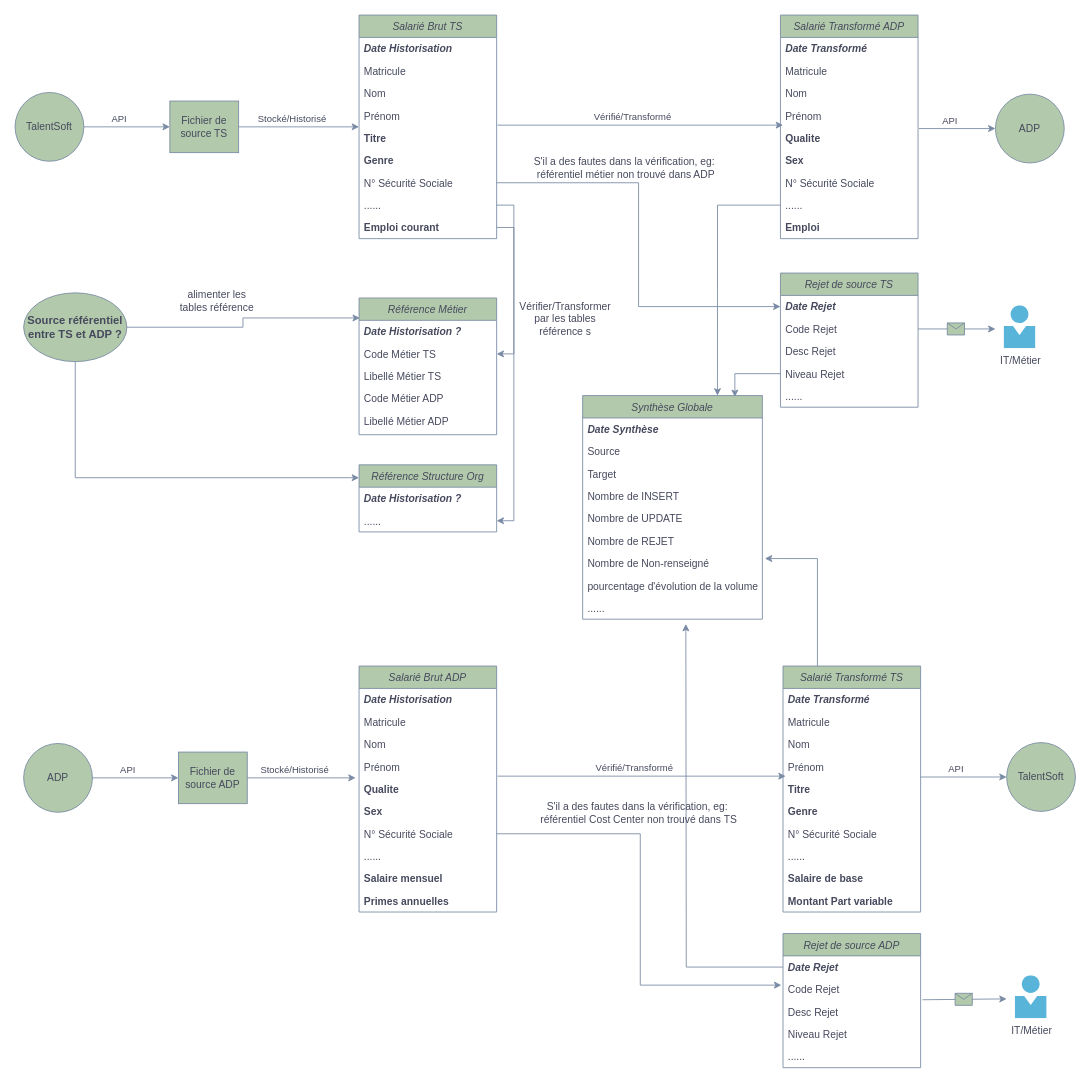
This is Schema Interface SIRH.drawio from YLIUSBI/Motul-Interface-SIRH, a draw.io file, before an edit. Source tidied: cells renumbered, new cells numbered last; positions are measured from the earlier drawing's top-left corner, leaving out a move shared by most shapes. Both pictures are drawn from the tidied source at 86%, with x=0, y=0 at pixel (15, 15).
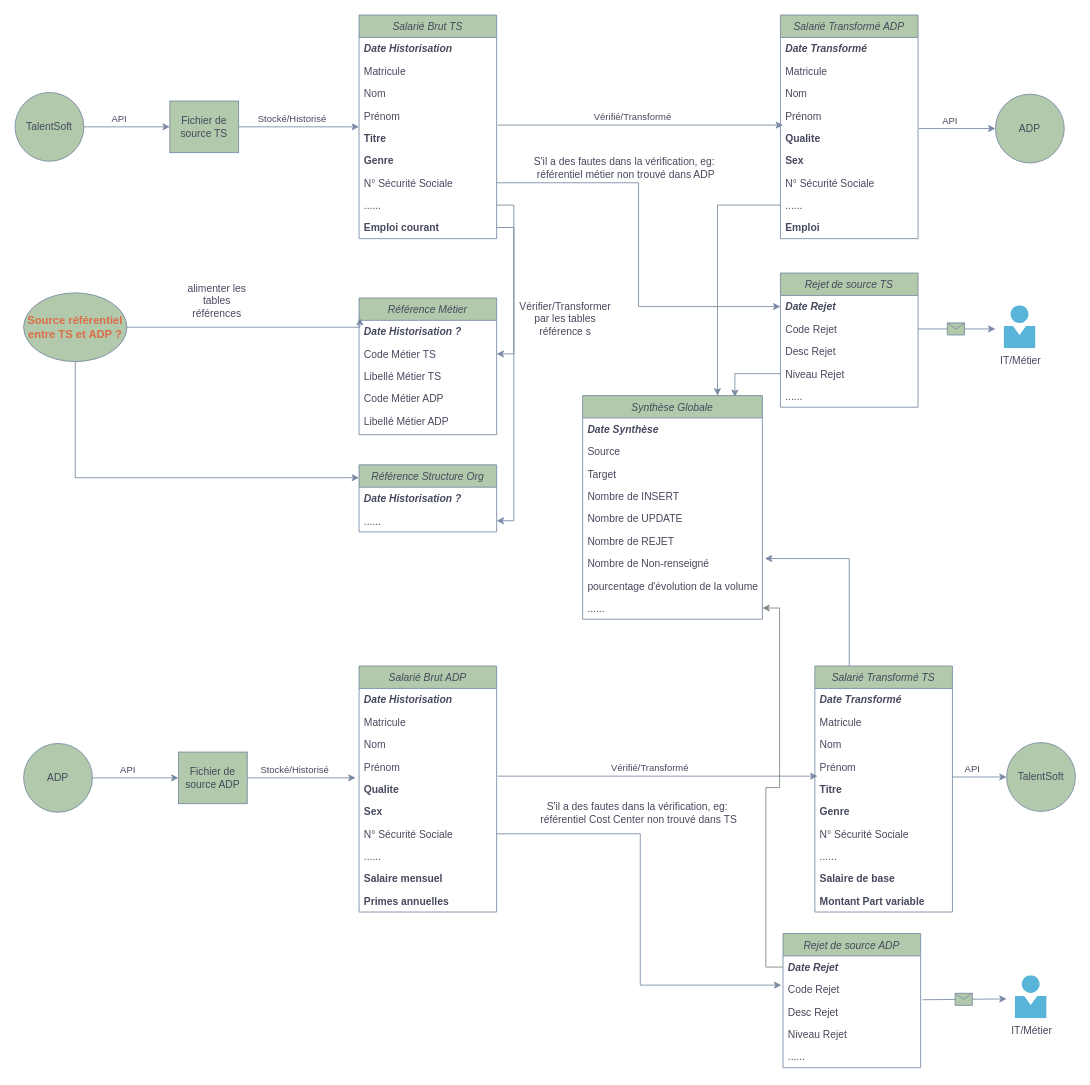
The same diagram, later.

Commit message (it also covers changes not shown here):
Mettre à jour Schema Interface SIRH.drawio

Unchanged cells that the change refers to:
```xml
<mxCell id="15" value="Référence Métier" style="swimlane;fontStyle=2;align=center;verticalAlign=top;horizontal=1;startSize=26;rounded=0;shadow=0;strokeWidth=1;labelBackgroundColor=none;fillColor=#B2C9AB;strokeColor=#788AA3;fontColor=#46495D;" parent="1" vertex="1">
  <mxGeometry x="400" y="329" width="160" height="159" as="geometry" />
</mxCell>
<mxCell id="83" value="Rejet de source ADP" style="swimlane;fontStyle=2;align=center;verticalAlign=top;horizontal=1;startSize=26;rounded=0;shadow=0;strokeWidth=1;labelBackgroundColor=none;fillColor=#B2C9AB;strokeColor=#788AA3;fontColor=#46495D;" parent="1" vertex="1">
  <mxGeometry x="893" y="1068" width="160" height="156" as="geometry" />
</mxCell>
<mxCell id="85" value="Date Rejet" style="text;align=left;verticalAlign=top;spacingLeft=4;spacingRight=4;overflow=hidden;points=[[0,0.5],[1,0.5]];portConstraint=eastwest;fontStyle=3;labelBackgroundColor=none;fontColor=#46495D;" parent="83" vertex="1">
  <mxGeometry y="26" width="160" height="26" as="geometry" />
</mxCell>
<mxCell id="107" value="......" style="text;align=left;verticalAlign=top;spacingLeft=4;spacingRight=4;overflow=hidden;points=[[0,0.5],[1,0.5]];portConstraint=eastwest;labelBackgroundColor=none;fontColor=#46495D;" parent="98" vertex="1">
  <mxGeometry y="234" width="209" height="26" as="geometry" />
</mxCell>
```

Diff of the diagram source:
```diff
@@
     <mxCell id="67" value="Salarié Transformé TS" style="swimlane;fontStyle=2;align=center;verticalAlign=top;horizontal=1;startSize=26;rounded=0;shadow=0;strokeWidth=1;labelBackgroundColor=none;fillColor=#B2C9AB;strokeColor=#788AA3;fontColor=#46495D;" parent="1" vertex="1">
-      <mxGeometry x="893" y="757" width="160" height="286" as="geometry" />
+      <mxGeometry x="930" y="757" width="160" height="286" as="geometry" />
     </mxCell>
@@
-    <mxCell id="84" style="edgeStyle=orthogonalEdgeStyle;rounded=0;jettySize=auto;html=1;exitX=0;exitY=0.5;exitDx=0;exitDy=0;labelBackgroundColor=none;strokeColor=#788AA3;fontColor=default;" parent="83" edge="1" source="85">
-      <mxGeometry relative="1" as="geometry">
-        <mxPoint x="-113" y="-360" as="targetPoint" />
-      </mxGeometry>
-    </mxCell>
@@
     <mxCell id="111" style="edgeStyle=orthogonalEdgeStyle;rounded=0;jettySize=auto;html=1;entryX=0.006;entryY=0.146;entryDx=0;entryDy=0;entryPerimeter=0;exitX=1;exitY=0.5;exitDx=0;exitDy=0;labelBackgroundColor=none;strokeColor=#788AA3;fontColor=default;" parent="1" edge="1" source="114" target="15">
-      <mxGeometry relative="1" as="geometry" />
+      <mxGeometry relative="1" as="geometry">
+        <Array as="points">
+          <mxPoint x="401" y="363" />
+        </Array>
+      </mxGeometry>
     </mxCell>
-    <mxCell id="112" value="alimenter les tables référence" style="text;html=1;align=center;verticalAlign=middle;whiteSpace=wrap;rounded=0;labelBackgroundColor=none;fontColor=#46495D;" parent="1" vertex="1">
+    <mxCell id="112" value="alimenter les tables références" style="text;html=1;align=center;verticalAlign=middle;whiteSpace=wrap;rounded=0;labelBackgroundColor=none;fontColor=#46495D;" parent="1" vertex="1">
       <mxGeometry x="190" y="318" width="90" height="30" as="geometry" />
     </mxCell>
@@
-    <mxCell id="114" value="&lt;b style=&quot;font-size: 13px;&quot;&gt;Source référentiel entre TS et ADP ?&lt;/b&gt;" style="ellipse;whiteSpace=wrap;html=1;fontSize=13;fontColor=#46495D;strokeColor=#788AA3;labelBackgroundColor=none;fillColor=#B2C9AB;" parent="1" vertex="1">
+    <mxCell id="114" value="&lt;b style=&quot;font-size: 13px;&quot;&gt;Source référentiel entre TS et ADP ?&lt;/b&gt;" style="ellipse;whiteSpace=wrap;html=1;fontSize=13;fontColor=#db6d48;strokeColor=#788AA3;labelBackgroundColor=none;fillColor=#B2C9AB;" parent="1" vertex="1">
       <mxGeometry x="10" y="323" width="120" height="80" as="geometry" />
     </mxCell>
@@
+    <mxCell id="118" style="edgeStyle=orthogonalEdgeStyle;rounded=0;jettySize=auto;html=1;exitX=0;exitY=0.5;exitDx=0;exitDy=0;entryX=1;entryY=0.5;entryDx=0;entryDy=0;strokeColor=#788a7b;" parent="1" edge="1" source="85" target="107">
+      <mxGeometry relative="1" as="geometry" />
+    </mxCell>
```
